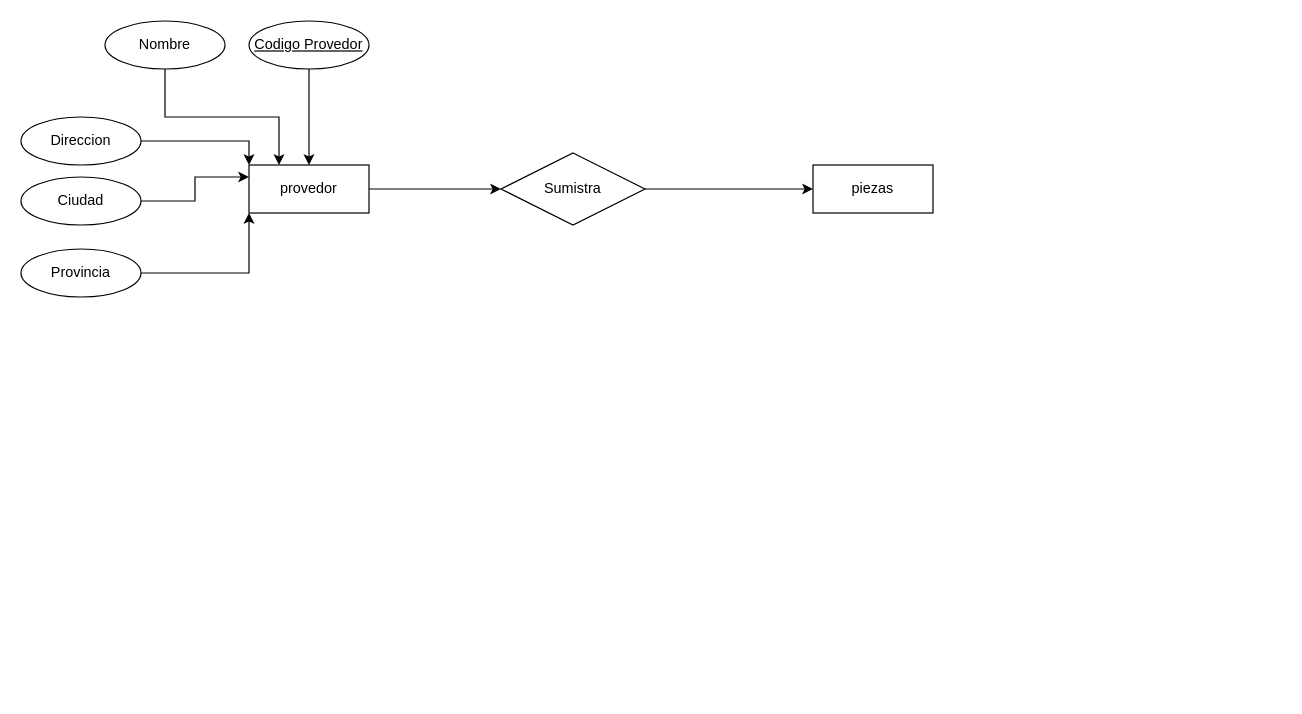
The draw.io diagram Proyectofinal.drawio in IsaiEDC/ACTs-moodels, before the edit. Source tidied: cells renumbered, new cells numbered last; positions are measured from the earlier drawing's top-left corner, leaving out a move shared by most shapes. Both pictures are drawn from the tidied source at 120%, with x=0, y=0 at pixel (20, 20).
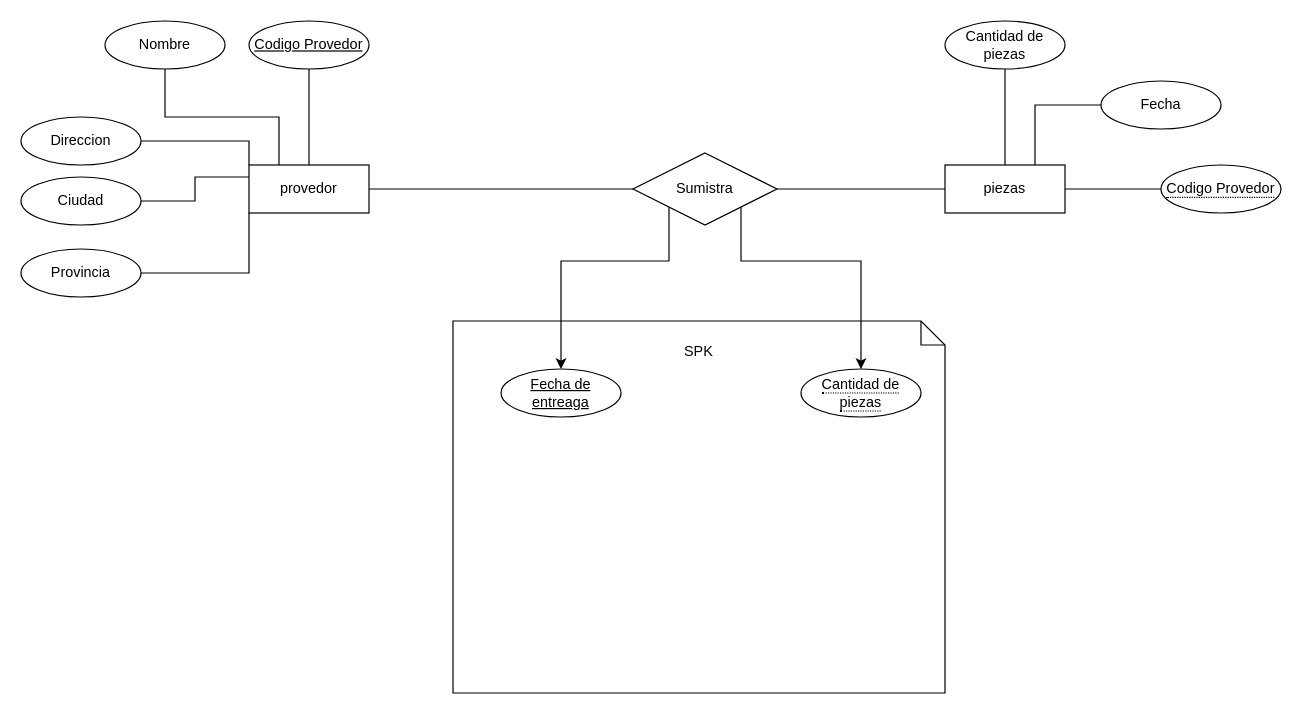
The same page after the edit.

Commit message:
actu proyecto final

The change refers to these unchanged cells:
```xml
<mxCell id="3" value="provedor" style="whiteSpace=wrap;html=1;align=center;" parent="1" vertex="1">
  <mxGeometry x="190" y="120" width="100" height="40" as="geometry" />
</mxCell>
<mxCell id="5" value="Provincia" style="ellipse;whiteSpace=wrap;html=1;align=center;" parent="1" vertex="1">
  <mxGeometry y="190" width="100" height="40" as="geometry" />
</mxCell>
<mxCell id="7" value="Ciudad" style="ellipse;whiteSpace=wrap;html=1;align=center;" parent="1" vertex="1">
  <mxGeometry y="130" width="100" height="40" as="geometry" />
</mxCell>
<mxCell id="9" value="Direccion" style="ellipse;whiteSpace=wrap;html=1;align=center;" parent="1" vertex="1">
  <mxGeometry y="80" width="100" height="40" as="geometry" />
</mxCell>
<mxCell id="11" value="Nombre" style="ellipse;whiteSpace=wrap;html=1;align=center;" parent="1" vertex="1">
  <mxGeometry x="70" width="100" height="40" as="geometry" />
</mxCell>
<mxCell id="13" value="Codigo Provedor" style="ellipse;whiteSpace=wrap;html=1;align=center;fontStyle=4;" parent="1" vertex="1">
  <mxGeometry x="190" width="100" height="40" as="geometry" />
</mxCell>
```

The edit, as a diff of the source:
```diff
@@
+    <mxCell id="17" value="SPK&lt;br&gt;&lt;br&gt;&lt;br&gt;&lt;br&gt;&lt;br&gt;&lt;br&gt;&lt;br&gt;&lt;br&gt;&lt;br&gt;&lt;br&gt;&lt;br&gt;&lt;br&gt;&lt;br&gt;&lt;br&gt;&lt;br&gt;&lt;br&gt;&lt;br&gt;&lt;br&gt;&lt;br&gt;" style="shape=note;size=20;whiteSpace=wrap;html=1;" parent="1" vertex="1">
+      <mxGeometry x="360" y="250" width="410" height="310" as="geometry" />
+    </mxCell>
-    <mxCell id="2" style="edgeStyle=orthogonalEdgeStyle;rounded=0;jettySize=auto;html=1;entryX=0;entryY=0.5;entryDx=0;entryDy=0;" parent="1" edge="1" source="3" target="16">
+    <mxCell id="2" style="edgeStyle=orthogonalEdgeStyle;rounded=0;jettySize=auto;html=1;entryX=0;entryY=0.5;entryDx=0;entryDy=0;endArrow=none;endFill=0;" parent="1" edge="1" source="3" target="16">
       <mxGeometry relative="1" as="geometry" />
     </mxCell>
@@
-    <mxCell id="4" style="edgeStyle=orthogonalEdgeStyle;rounded=0;jettySize=auto;html=1;entryX=0;entryY=1;entryDx=0;entryDy=0;" parent="1" edge="1" source="5" target="3">
+    <mxCell id="4" style="edgeStyle=orthogonalEdgeStyle;rounded=0;jettySize=auto;html=1;entryX=0;entryY=1;entryDx=0;entryDy=0;endArrow=none;endFill=0;" parent="1" edge="1" source="5" target="3">
       <mxGeometry relative="1" as="geometry" />
     </mxCell>
@@
-    <mxCell id="6" style="edgeStyle=orthogonalEdgeStyle;rounded=0;jettySize=auto;html=1;entryX=0;entryY=0.25;entryDx=0;entryDy=0;" parent="1" edge="1" source="7" target="3">
+    <mxCell id="6" style="edgeStyle=orthogonalEdgeStyle;rounded=0;jettySize=auto;html=1;entryX=0;entryY=0.25;entryDx=0;entryDy=0;endArrow=none;endFill=0;" parent="1" edge="1" source="7" target="3">
       <mxGeometry relative="1" as="geometry" />
     </mxCell>
@@
-    <mxCell id="8" style="edgeStyle=orthogonalEdgeStyle;rounded=0;jettySize=auto;html=1;entryX=0;entryY=0;entryDx=0;entryDy=0;" parent="1" edge="1" source="9" target="3">
+    <mxCell id="8" style="edgeStyle=orthogonalEdgeStyle;rounded=0;jettySize=auto;html=1;entryX=0;entryY=0;entryDx=0;entryDy=0;endArrow=none;endFill=0;" parent="1" edge="1" source="9" target="3">
       <mxGeometry relative="1" as="geometry" />
     </mxCell>
@@
-    <mxCell id="10" style="edgeStyle=orthogonalEdgeStyle;rounded=0;jettySize=auto;html=1;entryX=0.25;entryY=0;entryDx=0;entryDy=0;exitX=0.5;exitY=1;exitDx=0;exitDy=0;" parent="1" edge="1" source="11" target="3">
+    <mxCell id="10" style="edgeStyle=orthogonalEdgeStyle;rounded=0;jettySize=auto;html=1;entryX=0.25;entryY=0;entryDx=0;entryDy=0;exitX=0.5;exitY=1;exitDx=0;exitDy=0;endArrow=none;endFill=0;" parent="1" edge="1" source="11" target="3">
       <mxGeometry relative="1" as="geometry" />
     </mxCell>
@@
-    <mxCell id="12" style="edgeStyle=orthogonalEdgeStyle;rounded=0;jettySize=auto;html=1;entryX=0.5;entryY=0;entryDx=0;entryDy=0;" parent="1" edge="1" source="13" target="3">
+    <mxCell id="12" style="edgeStyle=orthogonalEdgeStyle;rounded=0;jettySize=auto;html=1;entryX=0.5;entryY=0;entryDx=0;entryDy=0;endArrow=none;endFill=0;" parent="1" edge="1" source="13" target="3">
       <mxGeometry relative="1" as="geometry" />
     </mxCell>
@@
     <mxCell id="14" value="piezas" style="whiteSpace=wrap;html=1;align=center;" parent="1" vertex="1">
-      <mxGeometry x="660" y="120" width="100" height="40" as="geometry" />
+      <mxGeometry x="770" y="120" width="100" height="40" as="geometry" />
     </mxCell>
-    <mxCell id="15" style="edgeStyle=orthogonalEdgeStyle;rounded=0;jettySize=auto;html=1;entryX=0;entryY=0.5;entryDx=0;entryDy=0;" parent="1" edge="1" source="16" target="14">
+    <mxCell id="15" style="edgeStyle=orthogonalEdgeStyle;rounded=0;jettySize=auto;html=1;entryX=0;entryY=0.5;entryDx=0;entryDy=0;endArrow=none;endFill=0;" parent="1" edge="1" source="16" target="14">
       <mxGeometry relative="1" as="geometry" />
     </mxCell>
+    <mxCell id="18" style="edgeStyle=orthogonalEdgeStyle;rounded=0;jettySize=auto;html=1;exitX=0;exitY=1;exitDx=0;exitDy=0;entryX=0.5;entryY=0;entryDx=0;entryDy=0;" parent="1" edge="1" source="16" target="26">
+      <mxGeometry relative="1" as="geometry">
+        <Array as="points">
+          <mxPoint x="540" y="200" />
+          <mxPoint x="450" y="200" />
+        </Array>
+      </mxGeometry>
+    </mxCell>
+    <mxCell id="19" style="edgeStyle=orthogonalEdgeStyle;rounded=0;jettySize=auto;html=1;exitX=1;exitY=1;exitDx=0;exitDy=0;entryX=0.5;entryY=0;entryDx=0;entryDy=0;" parent="1" edge="1" source="16" target="27">
+      <mxGeometry relative="1" as="geometry">
+        <Array as="points">
+          <mxPoint x="600" y="200" />
+          <mxPoint x="700" y="200" />
+        </Array>
+      </mxGeometry>
+    </mxCell>
     <mxCell id="16" value="Sumistra" style="shape=rhombus;perimeter=rhombusPerimeter;whiteSpace=wrap;html=1;align=center;" parent="1" vertex="1">
-      <mxGeometry x="400" y="110" width="120" height="60" as="geometry" />
+      <mxGeometry x="510" y="110" width="120" height="60" as="geometry" />
     </mxCell>
+    <mxCell id="20" style="edgeStyle=orthogonalEdgeStyle;rounded=0;jettySize=auto;html=1;entryX=0.5;entryY=0;entryDx=0;entryDy=0;endArrow=none;endFill=0;" parent="1" edge="1" source="21" target="14">
+      <mxGeometry relative="1" as="geometry" />
+    </mxCell>
+    <mxCell id="21" value="Cantidad de piezas" style="ellipse;whiteSpace=wrap;html=1;align=center;" parent="1" vertex="1">
+      <mxGeometry x="770" width="100" height="40" as="geometry" />
+    </mxCell>
+    <mxCell id="22" style="edgeStyle=orthogonalEdgeStyle;rounded=0;jettySize=auto;html=1;entryX=0.75;entryY=0;entryDx=0;entryDy=0;endArrow=none;endFill=0;" parent="1" edge="1" source="23" target="14">
+      <mxGeometry relative="1" as="geometry" />
+    </mxCell>
+    <mxCell id="23" value="Fecha" style="ellipse;whiteSpace=wrap;html=1;align=center;" parent="1" vertex="1">
+      <mxGeometry x="900" y="50" width="100" height="40" as="geometry" />
+    </mxCell>
+    <mxCell id="24" style="edgeStyle=orthogonalEdgeStyle;rounded=0;jettySize=auto;html=1;entryX=1;entryY=0.5;entryDx=0;entryDy=0;endArrow=none;endFill=0;" parent="1" edge="1" source="25" target="14">
+      <mxGeometry relative="1" as="geometry" />
+    </mxCell>
+    <mxCell id="25" value="&lt;span style=&quot;border-bottom: 1px dotted&quot;&gt;Codigo Provedor&lt;/span&gt;" style="ellipse;whiteSpace=wrap;html=1;align=center;" parent="1" vertex="1">
+      <mxGeometry x="950" y="120" width="100" height="40" as="geometry" />
+    </mxCell>
+    <mxCell id="26" value="Fecha de entreaga" style="ellipse;whiteSpace=wrap;html=1;align=center;fontStyle=4;" parent="1" vertex="1">
+      <mxGeometry x="400" y="290" width="100" height="40" as="geometry" />
+    </mxCell>
+    <mxCell id="27" value="&lt;span style=&quot;border-bottom: 1px dotted&quot;&gt;Cantidad de piezas&lt;/span&gt;" style="ellipse;whiteSpace=wrap;html=1;align=center;" parent="1" vertex="1">
+      <mxGeometry x="650" y="290" width="100" height="40" as="geometry" />
+    </mxCell>
```
